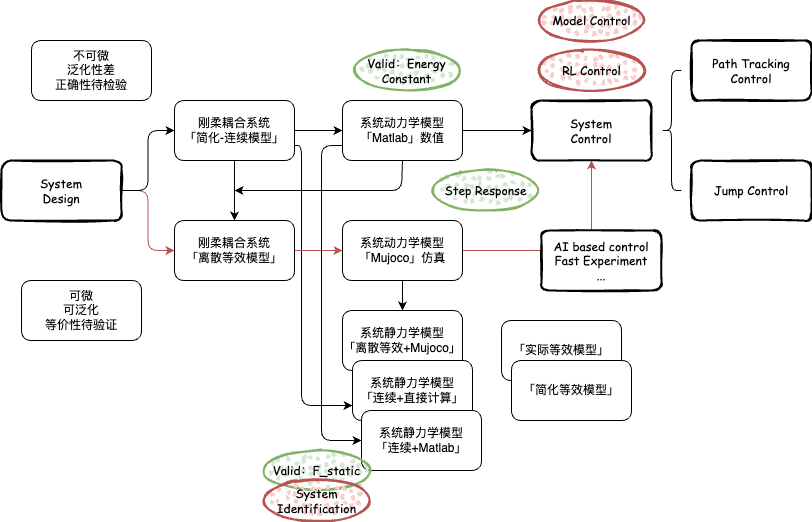
Before: figure/等效idea.drawio.png, a diagram exported from draw.io (fly-pigTH/EquiMus). Source tidied: cells renumbered, new cells last; positions are measured from the earlier drawing's top-left corner, leaving out a move shared by most shapes.
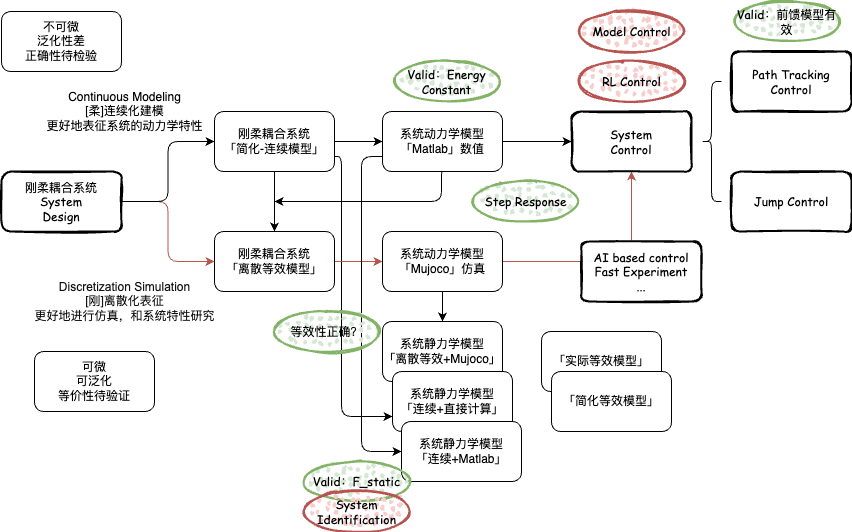
Above is the later version.

Change to the diagram source:
```diff
@@ -69,8 +69,8 @@
     <mxCell id="18" style="edgeStyle=orthogonalEdgeStyle;html=1;exitX=1;exitY=0.5;exitDx=0;exitDy=0;entryX=0;entryY=0.5;entryDx=0;entryDy=0;fontFamily=Comic Sans MS;" parent="1" edge="1" source="19" target="5">
       <mxGeometry relative="1" as="geometry" />
     </mxCell>
-    <mxCell id="19" value="System &lt;br&gt;Design" style="rounded=1;whiteSpace=wrap;html=1;strokeWidth=2;fillWeight=4;hachureGap=8;hachureAngle=45;fillColor=none;sketch=1;fillStyle=auto;fontFamily=Comic Sans MS;" parent="1" vertex="1">
-      <mxGeometry y="160" width="120" height="60" as="geometry" />
+    <mxCell id="19" value="刚柔耦合系统&lt;br&gt;System &lt;br&gt;Design" style="rounded=1;whiteSpace=wrap;html=1;strokeWidth=2;fillWeight=4;hachureGap=8;hachureAngle=45;fillColor=none;sketch=1;fillStyle=auto;fontFamily=Comic Sans MS;" parent="1" vertex="1">
+      <mxGeometry x="-40" y="160" width="120" height="60" as="geometry" />
     </mxCell>
     <mxCell id="20" value="Valid：Energy Constant" style="ellipse;whiteSpace=wrap;html=1;strokeWidth=2;fillWeight=2;hachureGap=8;fillColor=#d5e8d4;fillStyle=dots;sketch=1;fontFamily=Comic Sans MS;strokeColor=#82b366;" parent="1" vertex="1">
       <mxGeometry x="350" y="50" width="111" height="40" as="geometry" />
@@ -112,13 +112,25 @@
       <mxGeometry x="690" y="160" width="120" height="60" as="geometry" />
     </mxCell>
     <mxCell id="33" value="可微&lt;br&gt;可泛化&lt;br&gt;等价性待验证" style="rounded=1;whiteSpace=wrap;html=1;" parent="1" vertex="1">
-      <mxGeometry x="20" y="280" width="120" height="60" as="geometry" />
+      <mxGeometry x="-7" y="340" width="120" height="60" as="geometry" />
     </mxCell>
     <mxCell id="34" value="不可微&lt;br&gt;泛化性差&lt;br&gt;正确性待检验" style="rounded=1;whiteSpace=wrap;html=1;" parent="1" vertex="1">
-      <mxGeometry x="30" y="40" width="120" height="60" as="geometry" />
+      <mxGeometry x="-40" width="120" height="60" as="geometry" />
     </mxCell>
     <mxCell id="35" value="「简化等效模型」" style="rounded=1;whiteSpace=wrap;html=1;" parent="1" vertex="1">
       <mxGeometry x="510" y="360" width="120" height="60" as="geometry" />
     </mxCell>
+    <mxCell id="36" value="Continuous Modeling&lt;br&gt;[柔]连续化建模&lt;br&gt;更好地表征系统的动力学特性" style="text;html=1;align=center;verticalAlign=middle;strokeColor=none;fillColor=none;" parent="1" vertex="1">
+      <mxGeometry x="-7" y="70" width="180" height="60" as="geometry" />
+    </mxCell>
+    <mxCell id="37" value="&lt;span style=&quot;color: rgb(17, 17, 17); font-family: Arial, Helvetica, sans-serif; text-align: left; background-color: rgb(255, 255, 255);&quot;&gt;&lt;font style=&quot;font-size: 12px;&quot;&gt;Discretization Simulation&lt;br&gt;[刚]离散化表征&lt;br&gt;更好地进行仿真，和系统特性研究&lt;br&gt;&lt;/font&gt;&lt;/span&gt;" style="text;html=1;align=center;verticalAlign=middle;strokeColor=none;fillColor=none;" parent="1" vertex="1">
+      <mxGeometry x="-17" y="260" width="200" height="60" as="geometry" />
+    </mxCell>
+    <mxCell id="38" value="Valid：前馈模型有效" style="ellipse;whiteSpace=wrap;html=1;strokeWidth=2;fillWeight=2;hachureGap=8;fillColor=#d5e8d4;fillStyle=dots;sketch=1;fontFamily=Comic Sans MS;strokeColor=#82b366;" parent="1" vertex="1">
+      <mxGeometry x="690" y="-10" width="111" height="40" as="geometry" />
+    </mxCell>
+    <mxCell id="39" value="等效性正确？" style="ellipse;whiteSpace=wrap;html=1;strokeWidth=2;fillWeight=2;hachureGap=8;fillColor=#d5e8d4;fillStyle=dots;sketch=1;fontFamily=Comic Sans MS;strokeColor=#82b366;" parent="1" vertex="1">
+      <mxGeometry x="230" y="300" width="111" height="40" as="geometry" />
+    </mxCell>
   </root>
 </mxGraphModel>
```
